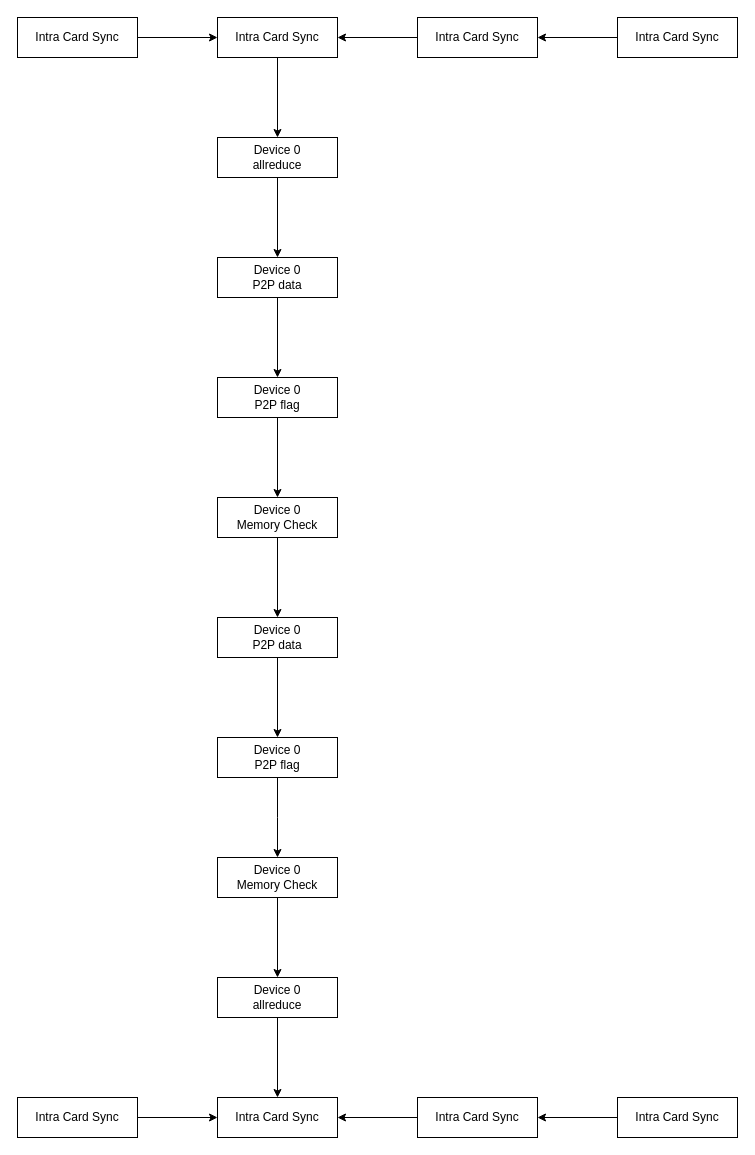
This is TCCL/TCCL_SYNC/DeviceSyncLatency.drawio from BEYHHH/SBLP, a draw.io file, before an edit. Source tidied: cells renumbered, new cells numbered last; positions are measured from the earlier drawing's top-left corner, leaving out a move shared by most shapes. Both pictures are drawn from the tidied source at 100%, with x=0, y=0 at pixel (17, 17).
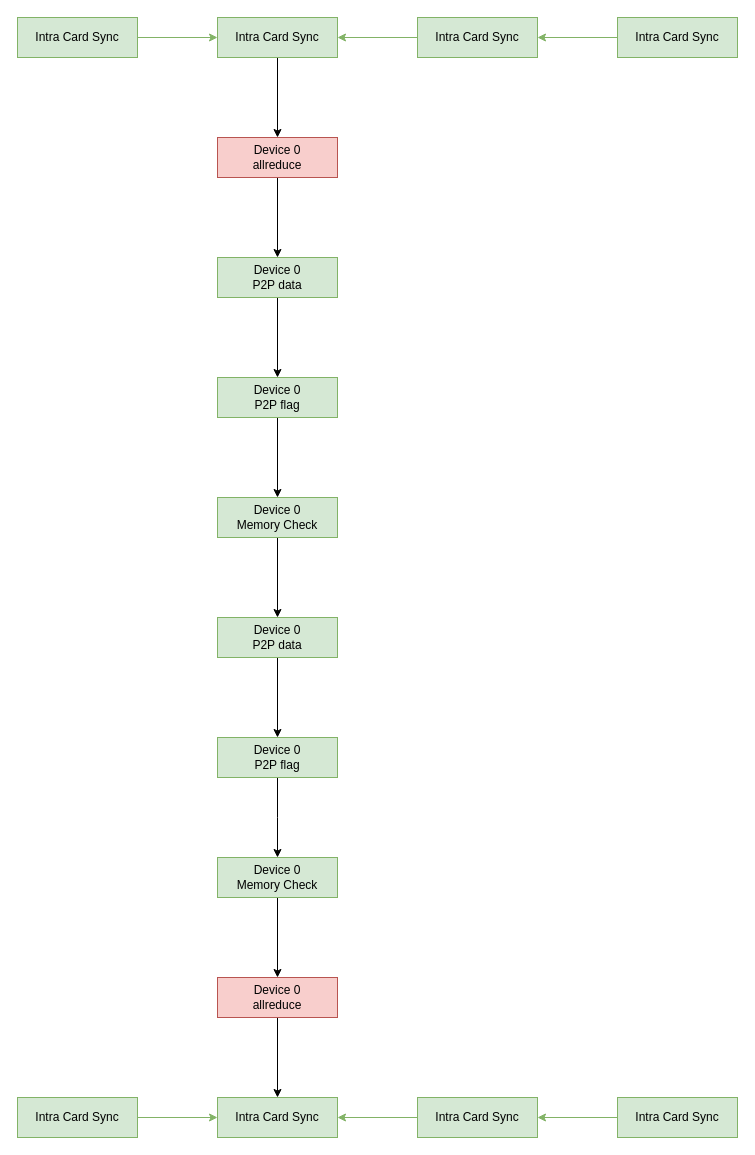
The same page after the edit.

What changed in the source:
```diff
@@
-    <mxCell id="3" value="Intra Card Sync" style="rounded=0;whiteSpace=wrap;html=1;" parent="1" vertex="1">
+    <mxCell id="3" value="Intra Card Sync" style="rounded=0;whiteSpace=wrap;html=1;fillColor=#d5e8d4;strokeColor=#82b366;" parent="1" vertex="1">
       <mxGeometry x="200" width="120" height="40" as="geometry" />
     </mxCell>
@@
-    <mxCell id="5" value="Device 0&lt;br&gt;allreduce" style="rounded=0;whiteSpace=wrap;html=1;" parent="1" vertex="1">
+    <mxCell id="5" value="Device 0&lt;br&gt;allreduce" style="rounded=0;whiteSpace=wrap;html=1;fillColor=#f8cecc;strokeColor=#b85450;" parent="1" vertex="1">
       <mxGeometry x="200" y="120" width="120" height="40" as="geometry" />
     </mxCell>
@@
-    <mxCell id="7" value="Device 0&lt;br&gt;P2P data" style="rounded=0;whiteSpace=wrap;html=1;" parent="1" vertex="1">
+    <mxCell id="7" value="Device 0&lt;br&gt;P2P data" style="rounded=0;whiteSpace=wrap;html=1;fillColor=#d5e8d4;strokeColor=#82b366;" parent="1" vertex="1">
       <mxGeometry x="200" y="240" width="120" height="40" as="geometry" />
     </mxCell>
@@
-    <mxCell id="9" value="Device 0&lt;br style=&quot;border-color: var(--border-color);&quot;&gt;P2P flag" style="rounded=0;whiteSpace=wrap;html=1;" parent="1" vertex="1">
+    <mxCell id="9" value="Device 0&lt;br style=&quot;border-color: var(--border-color);&quot;&gt;P2P flag" style="rounded=0;whiteSpace=wrap;html=1;fillColor=#d5e8d4;strokeColor=#82b366;" parent="1" vertex="1">
       <mxGeometry x="200" y="360" width="120" height="40" as="geometry" />
     </mxCell>
@@
-    <mxCell id="11" value="Device 0&lt;br style=&quot;border-color: var(--border-color);&quot;&gt;P2P data" style="rounded=0;whiteSpace=wrap;html=1;" parent="1" vertex="1">
+    <mxCell id="11" value="Device 0&lt;br style=&quot;border-color: var(--border-color);&quot;&gt;P2P data" style="rounded=0;whiteSpace=wrap;html=1;fillColor=#d5e8d4;strokeColor=#82b366;" parent="1" vertex="1">
       <mxGeometry x="200" y="600" width="120" height="40" as="geometry" />
     </mxCell>
@@
-    <mxCell id="13" value="Device 0&lt;br style=&quot;border-color: var(--border-color);&quot;&gt;P2P flag" style="rounded=0;whiteSpace=wrap;html=1;" parent="1" vertex="1">
+    <mxCell id="13" value="Device 0&lt;br style=&quot;border-color: var(--border-color);&quot;&gt;P2P flag" style="rounded=0;whiteSpace=wrap;html=1;fillColor=#d5e8d4;strokeColor=#82b366;" parent="1" vertex="1">
       <mxGeometry x="200" y="720" width="120" height="40" as="geometry" />
     </mxCell>
-    <mxCell id="14" style="edgeStyle=orthogonalEdgeStyle;rounded=0;jettySize=auto;html=1;" parent="1" edge="1" source="15" target="3">
+    <mxCell id="14" style="edgeStyle=orthogonalEdgeStyle;rounded=0;jettySize=auto;html=1;fillColor=#d5e8d4;strokeColor=#82b366;" parent="1" edge="1" source="15" target="3">
       <mxGeometry relative="1" as="geometry" />
     </mxCell>
-    <mxCell id="15" value="Intra Card Sync" style="rounded=0;whiteSpace=wrap;html=1;" parent="1" vertex="1">
+    <mxCell id="15" value="Intra Card Sync" style="rounded=0;whiteSpace=wrap;html=1;fillColor=#d5e8d4;strokeColor=#82b366;" parent="1" vertex="1">
       <mxGeometry x="400" width="120" height="40" as="geometry" />
     </mxCell>
-    <mxCell id="16" style="edgeStyle=orthogonalEdgeStyle;rounded=0;jettySize=auto;html=1;" parent="1" edge="1" source="17" target="15">
+    <mxCell id="16" style="edgeStyle=orthogonalEdgeStyle;rounded=0;jettySize=auto;html=1;fillColor=#d5e8d4;strokeColor=#82b366;" parent="1" edge="1" source="17" target="15">
       <mxGeometry relative="1" as="geometry" />
     </mxCell>
-    <mxCell id="17" value="Intra Card Sync" style="rounded=0;whiteSpace=wrap;html=1;" parent="1" vertex="1">
+    <mxCell id="17" value="Intra Card Sync" style="rounded=0;whiteSpace=wrap;html=1;fillColor=#d5e8d4;strokeColor=#82b366;" parent="1" vertex="1">
       <mxGeometry x="600" width="120" height="40" as="geometry" />
     </mxCell>
-    <mxCell id="18" style="edgeStyle=orthogonalEdgeStyle;rounded=0;jettySize=auto;html=1;" parent="1" edge="1" source="19" target="3">
+    <mxCell id="18" style="edgeStyle=orthogonalEdgeStyle;rounded=0;jettySize=auto;html=1;fillColor=#d5e8d4;strokeColor=#82b366;" parent="1" edge="1" source="19" target="3">
       <mxGeometry relative="1" as="geometry" />
     </mxCell>
-    <mxCell id="19" value="Intra Card Sync" style="rounded=0;whiteSpace=wrap;html=1;" parent="1" vertex="1">
+    <mxCell id="19" value="Intra Card Sync" style="rounded=0;whiteSpace=wrap;html=1;fillColor=#d5e8d4;strokeColor=#82b366;" parent="1" vertex="1">
       <mxGeometry width="120" height="40" as="geometry" />
     </mxCell>
@@
-    <mxCell id="21" value="Device 0&lt;br&gt;Memory Check" style="rounded=0;whiteSpace=wrap;html=1;" parent="1" vertex="1">
+    <mxCell id="21" value="Device 0&lt;br&gt;Memory Check" style="rounded=0;whiteSpace=wrap;html=1;fillColor=#d5e8d4;strokeColor=#82b366;" parent="1" vertex="1">
       <mxGeometry x="200" y="480" width="120" height="40" as="geometry" />
     </mxCell>
@@
-    <mxCell id="23" value="Device 0&lt;br&gt;allreduce" style="rounded=0;whiteSpace=wrap;html=1;" parent="1" vertex="1">
+    <mxCell id="23" value="Device 0&lt;br&gt;allreduce" style="rounded=0;whiteSpace=wrap;html=1;fillColor=#f8cecc;strokeColor=#b85450;" parent="1" vertex="1">
       <mxGeometry x="200" y="960" width="120" height="40" as="geometry" />
     </mxCell>
-    <mxCell id="24" value="Intra Card Sync" style="rounded=0;whiteSpace=wrap;html=1;" parent="1" vertex="1">
+    <mxCell id="24" value="Intra Card Sync" style="rounded=0;whiteSpace=wrap;html=1;fillColor=#d5e8d4;strokeColor=#82b366;" parent="1" vertex="1">
       <mxGeometry x="200" y="1080" width="120" height="40" as="geometry" />
     </mxCell>
-    <mxCell id="25" style="edgeStyle=orthogonalEdgeStyle;rounded=0;jettySize=auto;html=1;" parent="1" edge="1" source="26" target="24">
+    <mxCell id="25" style="edgeStyle=orthogonalEdgeStyle;rounded=0;jettySize=auto;html=1;fillColor=#d5e8d4;strokeColor=#82b366;" parent="1" edge="1" source="26" target="24">
       <mxGeometry relative="1" as="geometry" />
     </mxCell>
-    <mxCell id="26" value="Intra Card Sync" style="rounded=0;whiteSpace=wrap;html=1;" parent="1" vertex="1">
+    <mxCell id="26" value="Intra Card Sync" style="rounded=0;whiteSpace=wrap;html=1;fillColor=#d5e8d4;strokeColor=#82b366;" parent="1" vertex="1">
       <mxGeometry x="400" y="1080" width="120" height="40" as="geometry" />
     </mxCell>
-    <mxCell id="27" style="edgeStyle=orthogonalEdgeStyle;rounded=0;jettySize=auto;html=1;" parent="1" edge="1" source="28" target="26">
+    <mxCell id="27" style="edgeStyle=orthogonalEdgeStyle;rounded=0;jettySize=auto;html=1;fillColor=#d5e8d4;strokeColor=#82b366;" parent="1" edge="1" source="28" target="26">
       <mxGeometry relative="1" as="geometry" />
     </mxCell>
-    <mxCell id="28" value="Intra Card Sync" style="rounded=0;whiteSpace=wrap;html=1;" parent="1" vertex="1">
+    <mxCell id="28" value="Intra Card Sync" style="rounded=0;whiteSpace=wrap;html=1;fillColor=#d5e8d4;strokeColor=#82b366;" parent="1" vertex="1">
       <mxGeometry x="600" y="1080" width="120" height="40" as="geometry" />
     </mxCell>
-    <mxCell id="29" style="edgeStyle=orthogonalEdgeStyle;rounded=0;jettySize=auto;html=1;" parent="1" edge="1" source="30" target="24">
+    <mxCell id="29" style="edgeStyle=orthogonalEdgeStyle;rounded=0;jettySize=auto;html=1;fillColor=#d5e8d4;strokeColor=#82b366;" parent="1" edge="1" source="30" target="24">
       <mxGeometry relative="1" as="geometry" />
     </mxCell>
-    <mxCell id="30" value="Intra Card Sync" style="rounded=0;whiteSpace=wrap;html=1;" parent="1" vertex="1">
+    <mxCell id="30" value="Intra Card Sync" style="rounded=0;whiteSpace=wrap;html=1;fillColor=#d5e8d4;strokeColor=#82b366;" parent="1" vertex="1">
       <mxGeometry y="1080" width="120" height="40" as="geometry" />
     </mxCell>
@@
-    <mxCell id="32" value="Device 0&lt;br&gt;Memory Check" style="rounded=0;whiteSpace=wrap;html=1;" parent="1" vertex="1">
+    <mxCell id="32" value="Device 0&lt;br&gt;Memory Check" style="rounded=0;whiteSpace=wrap;html=1;fillColor=#d5e8d4;strokeColor=#82b366;" parent="1" vertex="1">
       <mxGeometry x="200" y="840" width="120" height="40" as="geometry" />
     </mxCell>
```
